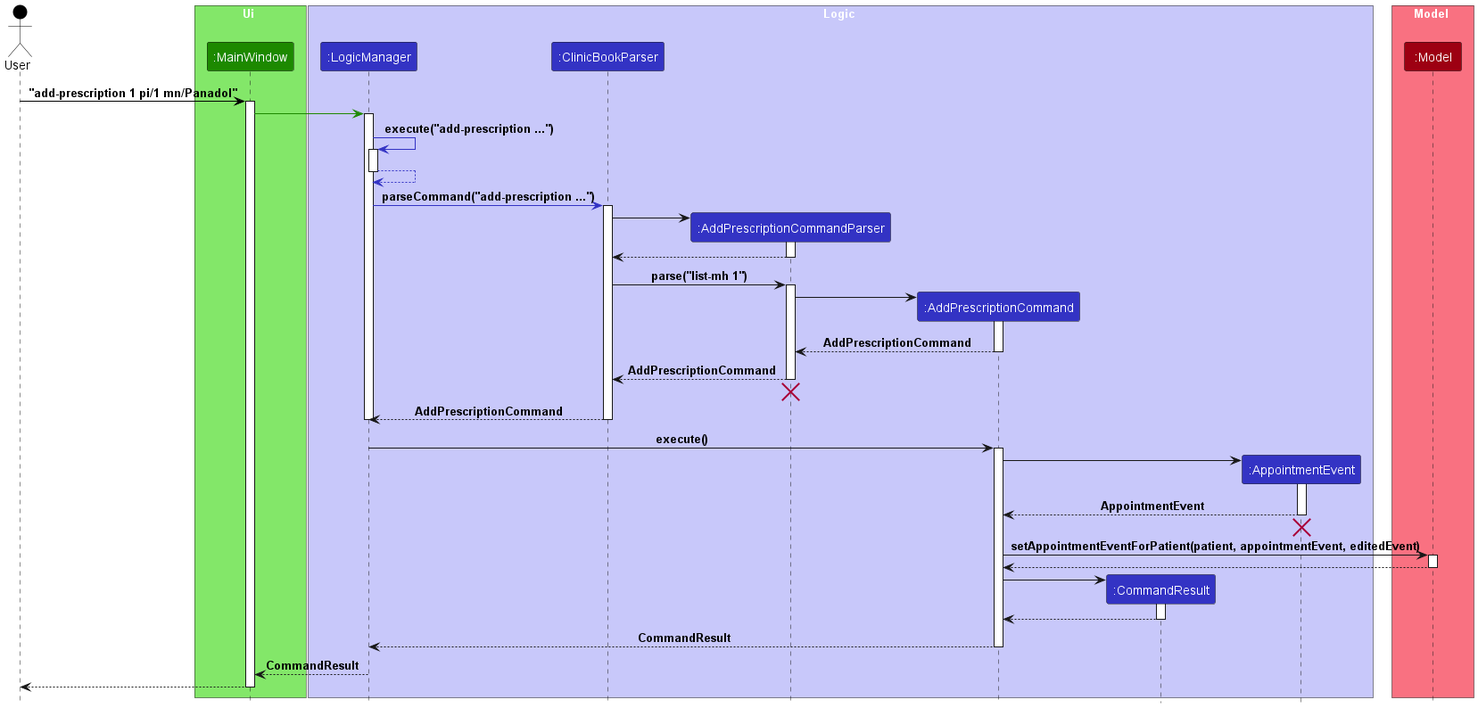
Earlier version of the PlantUML export docs/images/AddPrescriptionSequenceDiagram.png (pangyyen/tp).
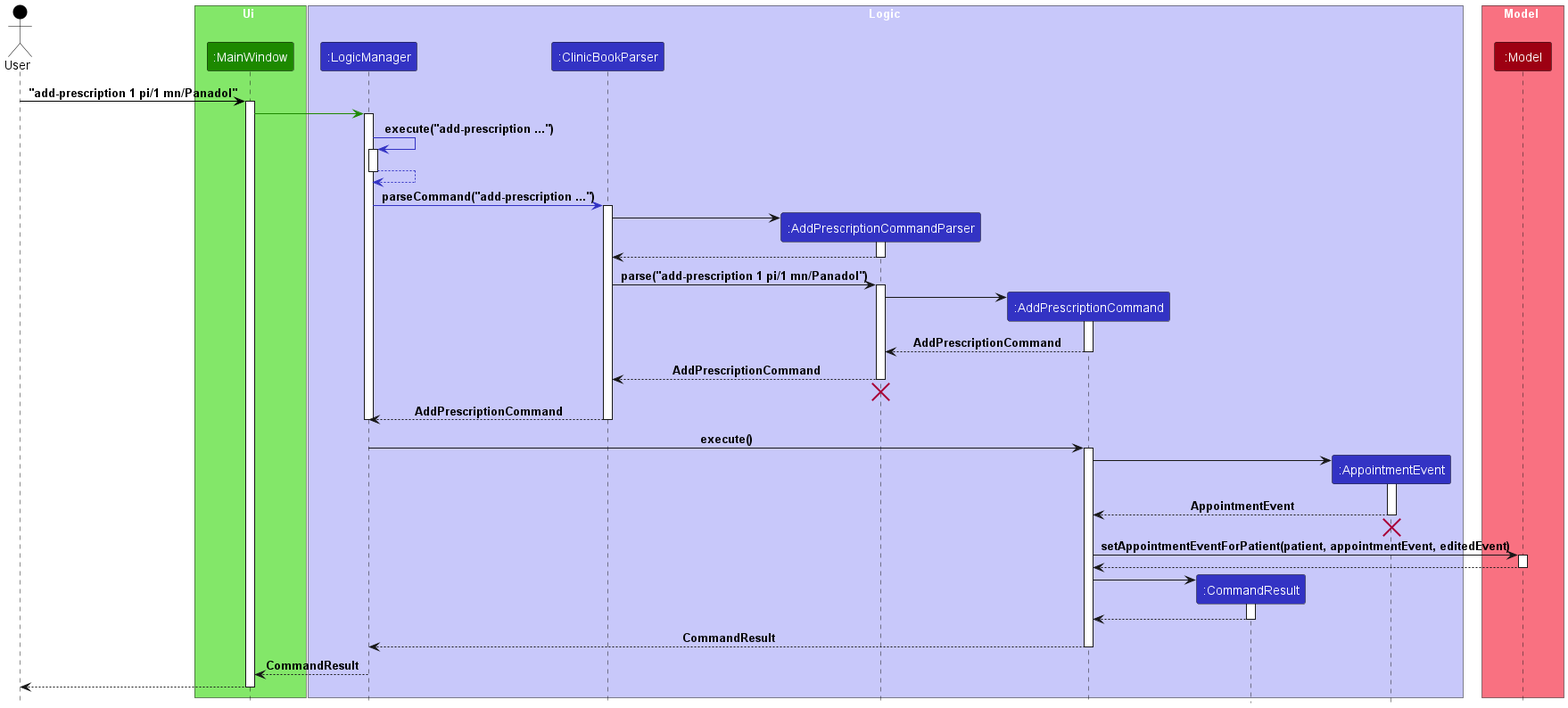
After the change.

Commit message:
Fix type in prescription sequence diagram

Change to the diagram source:
```diff
@@ -43,7 +43,7 @@
 AddPrescriptionCommandParser --> ClinicBookParser
 deactivate AddPrescriptionCommandParser
 
-ClinicBookParser -> AddPrescriptionCommandParser : parse("list-mh 1")
+ClinicBookParser -> AddPrescriptionCommandParser : parse("add-prescription 1 pi/1 mn/Panadol")
 activate AddPrescriptionCommandParser
 
 create AddPrescriptionCommand
```
